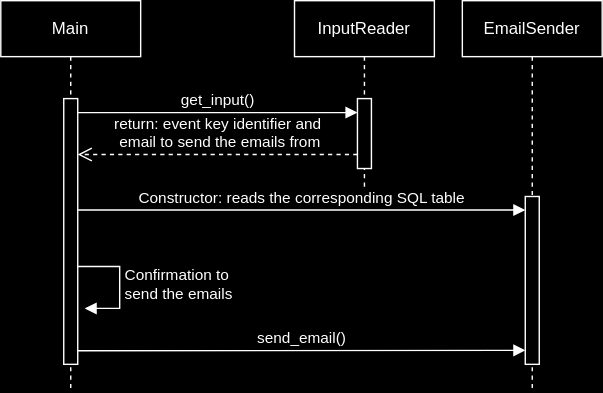
The draw.io diagram doc/Diagrams/SenderSequenceDiagram.svg in sihanyu03/EventManager, before a commit. Source tidied: cells renumbered, new cells last; positions are measured from the earlier drawing's top-left corner, leaving out a move shared by most shapes.
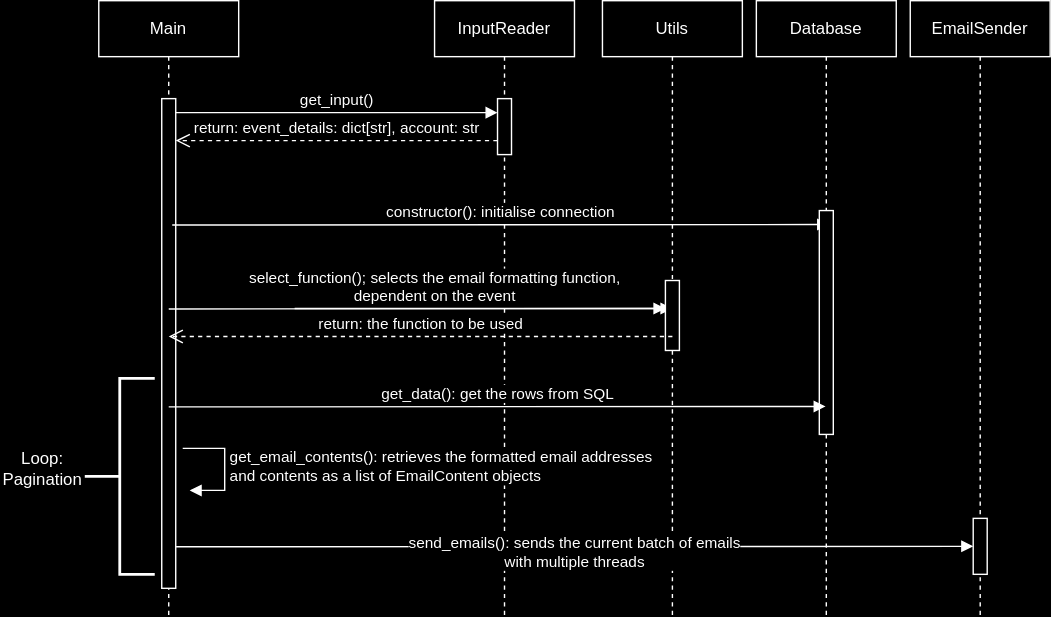
The same diagram one commit later.

Diff of the diagram source:
```diff
@@ -3,63 +3,115 @@
     <mxCell id="0" />
     <mxCell id="1" parent="0" />
     <mxCell id="2" value="Main" style="shape=umlLifeline;perimeter=lifelinePerimeter;whiteSpace=wrap;html=1;newEdgeStyle={&quot;edgeStyle&quot;:&quot;elbowEdgeStyle&quot;,&quot;elbow&quot;:&quot;vertical&quot;,&quot;curved&quot;:0,&quot;rounded&quot;:0};" parent="1" vertex="1">
-      <mxGeometry width="100" height="280" as="geometry" />
+      <mxGeometry x="80" width="100" height="440" as="geometry" />
     </mxCell>
     <mxCell id="3" style="html=1;points=[];perimeter=orthogonalPerimeter;outlineConnect=0;targetShapes=umlLifeline;portConstraint=eastwest;newEdgeStyle={&quot;edgeStyle&quot;:&quot;elbowEdgeStyle&quot;,&quot;elbow&quot;:&quot;vertical&quot;,&quot;curved&quot;:0,&quot;rounded&quot;:0};" parent="2" vertex="1">
-      <mxGeometry x="45" y="70" width="10" height="190" as="geometry" />
+      <mxGeometry x="45" y="70" width="10" height="350" as="geometry" />
     </mxCell>
-    <mxCell id="4" value="Confirmation to&amp;nbsp;&lt;div&gt;send the emails&lt;/div&gt;" style="html=1;align=left;spacingLeft=2;endArrow=block;rounded=0;edgeStyle=orthogonalEdgeStyle;curved=0;rounded=0;" parent="2" edge="1">
-      <mxGeometry relative="1" as="geometry">
-        <mxPoint x="55" y="190" as="sourcePoint" />
-        <mxPoint x="60" y="220" as="targetPoint" />
-        <Array as="points">
-          <mxPoint x="85" y="220" />
-        </Array>
-      </mxGeometry>
-    </mxCell>
     <mxCell id="5" value="InputReader" style="shape=umlLifeline;perimeter=lifelinePerimeter;whiteSpace=wrap;html=1;newEdgeStyle={&quot;edgeStyle&quot;:&quot;elbowEdgeStyle&quot;,&quot;elbow&quot;:&quot;vertical&quot;,&quot;curved&quot;:0,&quot;rounded&quot;:0};" parent="1" vertex="1">
-      <mxGeometry x="210" width="100" height="140" as="geometry" />
+      <mxGeometry x="320" width="100" height="440" as="geometry" />
     </mxCell>
     <mxCell id="6" style="html=1;points=[];perimeter=orthogonalPerimeter;outlineConnect=0;targetShapes=umlLifeline;portConstraint=eastwest;newEdgeStyle={&quot;edgeStyle&quot;:&quot;elbowEdgeStyle&quot;,&quot;elbow&quot;:&quot;vertical&quot;,&quot;curved&quot;:0,&quot;rounded&quot;:0};" parent="5" vertex="1">
-      <mxGeometry x="45" y="70" width="10" height="50" as="geometry" />
+      <mxGeometry x="45" y="70" width="10" height="40" as="geometry" />
     </mxCell>
     <mxCell id="7" value="get_input()" style="html=1;verticalAlign=bottom;endArrow=block;edgeStyle=elbowEdgeStyle;elbow=vertical;curved=0;rounded=0;" parent="1" edge="1" source="3" target="6">
       <mxGeometry relative="1" as="geometry">
         <Array as="points">
-          <mxPoint x="140" y="80" />
+          <mxPoint x="220" y="80" />
         </Array>
       </mxGeometry>
     </mxCell>
-    <mxCell id="8" value="return: event key identifier and&lt;div&gt;&amp;nbsp;email to send the emails from&lt;/div&gt;" style="html=1;verticalAlign=bottom;endArrow=open;dashed=1;endSize=8;edgeStyle=elbowEdgeStyle;elbow=vertical;curved=0;rounded=0;" parent="1" edge="1" source="6">
+    <mxCell id="8" value="return: event_details: dict[str], account: str" style="html=1;verticalAlign=bottom;endArrow=open;dashed=1;endSize=8;edgeStyle=elbowEdgeStyle;elbow=vertical;curved=0;rounded=0;" parent="1" edge="1" target="3">
       <mxGeometry relative="1" as="geometry">
-        <mxPoint x="55" y="110" as="targetPoint" />
+        <mxPoint x="365" y="100" as="sourcePoint" />
         <Array as="points">
-          <mxPoint x="140" y="110" />
-          <mxPoint x="150" y="110" />
+          <mxPoint x="220" y="100" />
+          <mxPoint x="230" y="100" />
         </Array>
       </mxGeometry>
     </mxCell>
     <mxCell id="9" value="EmailSender" style="shape=umlLifeline;perimeter=lifelinePerimeter;whiteSpace=wrap;html=1;newEdgeStyle={&quot;edgeStyle&quot;:&quot;elbowEdgeStyle&quot;,&quot;elbow&quot;:&quot;vertical&quot;,&quot;curved&quot;:0,&quot;rounded&quot;:0};" parent="1" vertex="1">
-      <mxGeometry x="330" width="100" height="280" as="geometry" />
+      <mxGeometry x="660" width="100" height="440" as="geometry" />
     </mxCell>
-    <mxCell id="10" style="html=1;points=[];perimeter=orthogonalPerimeter;outlineConnect=0;targetShapes=umlLifeline;portConstraint=eastwest;newEdgeStyle={&quot;edgeStyle&quot;:&quot;elbowEdgeStyle&quot;,&quot;elbow&quot;:&quot;vertical&quot;,&quot;curved&quot;:0,&quot;rounded&quot;:0};" parent="1" vertex="1">
-      <mxGeometry x="375" y="140" width="10" height="120" as="geometry" />
+    <mxCell id="10" style="html=1;points=[];perimeter=orthogonalPerimeter;outlineConnect=0;targetShapes=umlLifeline;portConstraint=eastwest;newEdgeStyle={&quot;edgeStyle&quot;:&quot;elbowEdgeStyle&quot;,&quot;elbow&quot;:&quot;vertical&quot;,&quot;curved&quot;:0,&quot;rounded&quot;:0};" parent="9" vertex="1">
+      <mxGeometry x="45" y="370" width="10" height="40" as="geometry" />
     </mxCell>
-    <mxCell id="11" value="Constructor: reads the corresponding SQL table" style="html=1;verticalAlign=bottom;endArrow=block;edgeStyle=elbowEdgeStyle;elbow=vertical;curved=0;rounded=0;" parent="1" edge="1" source="3" target="10">
-      <mxGeometry relative="1" as="geometry">
-        <Array as="points">
-          <mxPoint x="145" y="149.7" />
-        </Array>
-      </mxGeometry>
-    </mxCell>
-    <mxCell id="12" value="send_email()" style="html=1;verticalAlign=bottom;endArrow=block;edgeStyle=elbowEdgeStyle;elbow=vertical;curved=0;rounded=0;" parent="1" edge="1">
-      <mxGeometry relative="1" as="geometry">
-        <mxPoint x="55" y="250.3" as="sourcePoint" />
-        <mxPoint x="375" y="250.3" as="targetPoint" />
-        <Array as="points">
-          <mxPoint x="145" y="250" />
-        </Array>
-      </mxGeometry>
-    </mxCell>
+    <mxCell id="13" value="Database" style="shape=umlLifeline;perimeter=lifelinePerimeter;whiteSpace=wrap;html=1;newEdgeStyle={&quot;edgeStyle&quot;:&quot;elbowEdgeStyle&quot;,&quot;elbow&quot;:&quot;vertical&quot;,&quot;curved&quot;:0,&quot;rounded&quot;:0};" parent="1" vertex="1">
+      <mxGeometry x="550" width="100" height="440" as="geometry" />
+    </mxCell>
+    <mxCell id="14" value="constructor(): initialise connection" style="html=1;verticalAlign=bottom;endArrow=block;edgeStyle=elbowEdgeStyle;elbow=vertical;curved=0;rounded=0;" parent="13" edge="1">
+      <mxGeometry relative="1" as="geometry">
+        <mxPoint x="-417.5" y="160.3" as="sourcePoint" />
+        <mxPoint x="52" y="160" as="targetPoint" />
+        <Array as="points">
+          <mxPoint x="-327.5" y="160" />
+        </Array>
+      </mxGeometry>
+    </mxCell>
+    <mxCell id="15" style="html=1;perimeter=orthogonalPerimeter;targetShapes=umlLifeline;newEdgeStyle={&quot;edgeStyle&quot;:&quot;elbowEdgeStyle&quot;,&quot;elbow&quot;:&quot;vertical&quot;,&quot;curved&quot;:0,&quot;rounded&quot;:0};" parent="13" vertex="1">
+      <mxGeometry x="45" y="150" width="10" height="160" as="geometry" />
+    </mxCell>
+    <mxCell id="16" value="Utils" style="shape=umlLifeline;perimeter=lifelinePerimeter;whiteSpace=wrap;html=1;newEdgeStyle={&quot;edgeStyle&quot;:&quot;elbowEdgeStyle&quot;,&quot;elbow&quot;:&quot;vertical&quot;,&quot;curved&quot;:0,&quot;rounded&quot;:0};" parent="1" vertex="1">
+      <mxGeometry x="440" width="100" height="440" as="geometry" />
+    </mxCell>
+    <mxCell id="4" value="get_email_contents(): retrieves the formatted email addresses&lt;div&gt;and contents as a list of EmailContent objects&lt;/div&gt;" style="html=1;align=left;spacingLeft=2;endArrow=block;rounded=0;edgeStyle=orthogonalEdgeStyle;curved=0;rounded=0;" parent="1" edge="1">
+      <mxGeometry x="0.01" relative="1" as="geometry">
+        <mxPoint x="140" y="320" as="sourcePoint" />
+        <mxPoint x="145" y="350" as="targetPoint" />
+        <Array as="points">
+          <mxPoint x="170" y="320" />
+          <mxPoint x="170" y="350" />
+        </Array>
+      </mxGeometry>
+    </mxCell>
+    <mxCell id="17" value="get_data(): get the rows from SQL" style="html=1;verticalAlign=bottom;endArrow=block;edgeStyle=elbowEdgeStyle;elbow=vertical;curved=0;rounded=0;" parent="1" edge="1">
+      <mxGeometry relative="1" as="geometry">
+        <mxPoint x="130" y="290.3" as="sourcePoint" />
+        <mxPoint x="599.5" y="290" as="targetPoint" />
+        <Array as="points">
+          <mxPoint x="220" y="290" />
+        </Array>
+      </mxGeometry>
+    </mxCell>
+    <mxCell id="18" value="select_function(); selects the email formatting function,&lt;div&gt;dependent on the event&lt;/div&gt;" style="html=1;verticalAlign=bottom;endArrow=block;edgeStyle=elbowEdgeStyle;elbow=vertical;curved=0;rounded=0;" parent="1" edge="1" source="20">
+      <mxGeometry x="0.36" relative="1" as="geometry">
+        <mxPoint x="490" y="220" as="targetPoint" />
+        <Array as="points">
+          <mxPoint x="220" y="220" />
+        </Array>
+      </mxGeometry>
+    </mxCell>
+    <mxCell id="19" style="html=1;verticalAlign=bottom;endArrow=block;edgeStyle=elbowEdgeStyle;elbow=vertical;curved=0;rounded=0;" parent="1" edge="1" target="20">
+      <mxGeometry relative="1" as="geometry">
+        <mxPoint x="130" y="220.3" as="sourcePoint" />
+      </mxGeometry>
+    </mxCell>
+    <mxCell id="20" style="html=1;points=[];perimeter=orthogonalPerimeter;outlineConnect=0;targetShapes=umlLifeline;portConstraint=eastwest;newEdgeStyle={&quot;edgeStyle&quot;:&quot;elbowEdgeStyle&quot;,&quot;elbow&quot;:&quot;vertical&quot;,&quot;curved&quot;:0,&quot;rounded&quot;:0};" parent="1" vertex="1">
+      <mxGeometry x="485" y="200" width="10" height="50" as="geometry" />
+    </mxCell>
+    <mxCell id="21" value="return: the function to be used" style="html=1;verticalAlign=bottom;endArrow=open;dashed=1;endSize=8;edgeStyle=elbowEdgeStyle;elbow=vertical;curved=0;rounded=0;" parent="1" edge="1">
+      <mxGeometry relative="1" as="geometry">
+        <mxPoint x="490" y="240" as="sourcePoint" />
+        <mxPoint x="130" y="240" as="targetPoint" />
+        <Array as="points">
+          <mxPoint x="225" y="240" />
+        </Array>
+      </mxGeometry>
+    </mxCell>
+    <mxCell id="22" value="send_emails(): sends the current batch of emails&lt;div&gt;with multiple threads&lt;/div&gt;" style="html=1;verticalAlign=bottom;endArrow=block;edgeStyle=elbowEdgeStyle;elbow=vertical;curved=0;rounded=0;" parent="1" edge="1">
+      <mxGeometry y="-20" relative="1" as="geometry">
+        <mxPoint x="135.2" y="390.3" as="sourcePoint" />
+        <mxPoint x="705" y="390" as="targetPoint" />
+        <Array as="points">
+          <mxPoint x="225.2" y="390" />
+        </Array>
+      </mxGeometry>
+    </mxCell>
+    <mxCell id="23" style="strokeWidth=2;html=1;shape=mxgraph.flowchart.annotation_2;align=left;labelPosition=right;" parent="1" vertex="1">
+      <mxGeometry x="70" y="270" width="50" height="140" as="geometry" />
+    </mxCell>
+    <mxCell id="24" value="Loop:&lt;div&gt;Pagination&lt;/div&gt;" style="text;html=1;align=center;verticalAlign=middle;whiteSpace=wrap;rounded=0;" parent="1" vertex="1">
+      <mxGeometry x="10" y="320" width="60" height="30" as="geometry" />
+    </mxCell>
   </root>
 </mxGraphModel>
```
